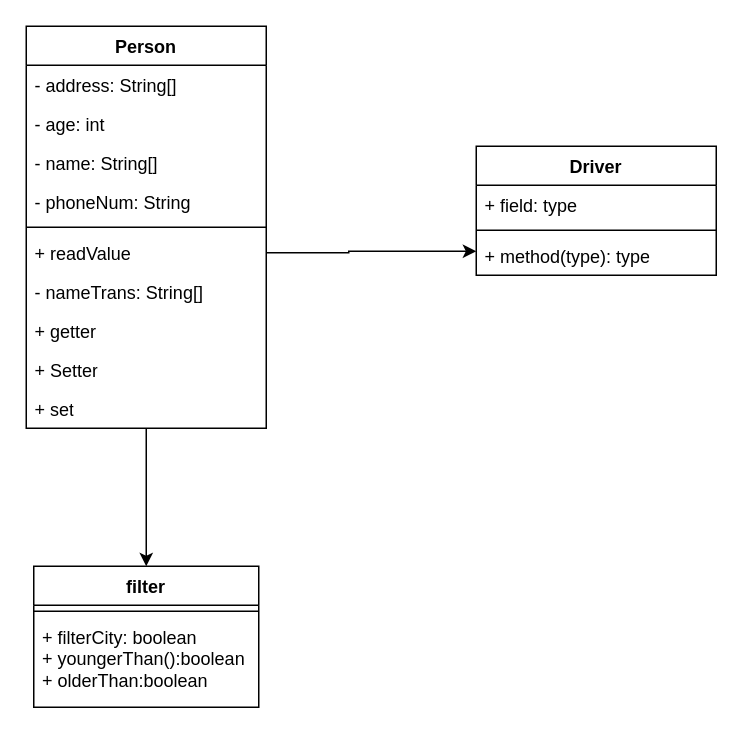
Above: PersonInfo.drawio in WeishuZ/learngit (draw.io), before the change. Source tidied: cells renumbered, new cells numbered last; positions are measured from the earlier drawing's top-left corner, leaving out a move shared by most shapes. Both pictures are drawn from the tidied source at 150%, with x=0, y=0 at pixel (26, 26).
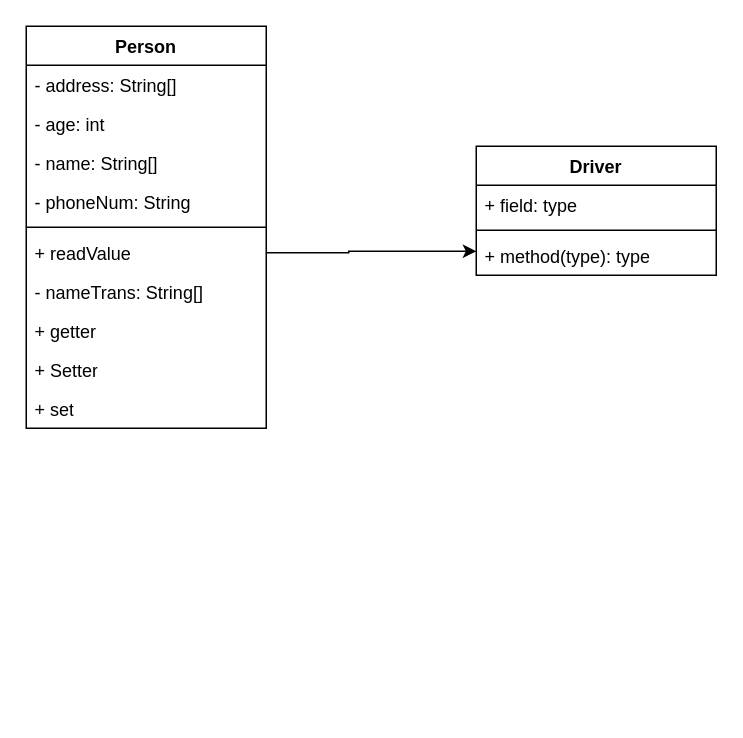
The same diagram, later.

Unchanged cells that the change refers to:
```xml
<mxCell id="3" value="Person" style="swimlane;fontStyle=1;align=center;verticalAlign=top;horizontal=1;startSize=26;whiteSpace=wrap;html=1;" parent="1" vertex="1">
  <mxGeometry width="160" height="268" as="geometry" />
</mxCell>
```

What changed in the source:
```diff
@@
-    <mxCell id="2" style="edgeStyle=orthogonalEdgeStyle;rounded=0;jettySize=auto;html=1;entryX=0.5;entryY=0;entryDx=0;entryDy=0;" parent="1" edge="1" source="3" target="14">
-      <mxGeometry relative="1" as="geometry">
-        <Array as="points">
-          <mxPoint x="80" y="344" />
-        </Array>
-      </mxGeometry>
-    </mxCell>
@@
-    <mxCell id="14" value="filter" style="swimlane;fontStyle=1;align=center;verticalAlign=top;horizontal=1;startSize=26;whiteSpace=wrap;html=1;" parent="1" vertex="1">
-      <mxGeometry x="5" y="360" width="150" height="94" as="geometry" />
-    </mxCell>
-    <mxCell id="15" style="line;strokeWidth=1;fillColor=none;align=left;verticalAlign=middle;spacingTop=-1;spacingLeft=3;spacingRight=3;labelPosition=right;strokeColor=inherit;" parent="14" vertex="1">
-      <mxGeometry y="26" width="150" height="8" as="geometry" />
-    </mxCell>
-    <mxCell id="16" value="+ filterCity: boolean&lt;br&gt;+ youngerThan():boolean&lt;br&gt;+ olderThan:boolean&lt;br&gt;" style="text;strokeColor=none;fillColor=none;align=left;verticalAlign=top;spacingLeft=4;spacingRight=4;overflow=hidden;whiteSpace=wrap;html=1;" parent="14" vertex="1">
-      <mxGeometry y="34" width="150" height="60" as="geometry" />
-    </mxCell>
```
